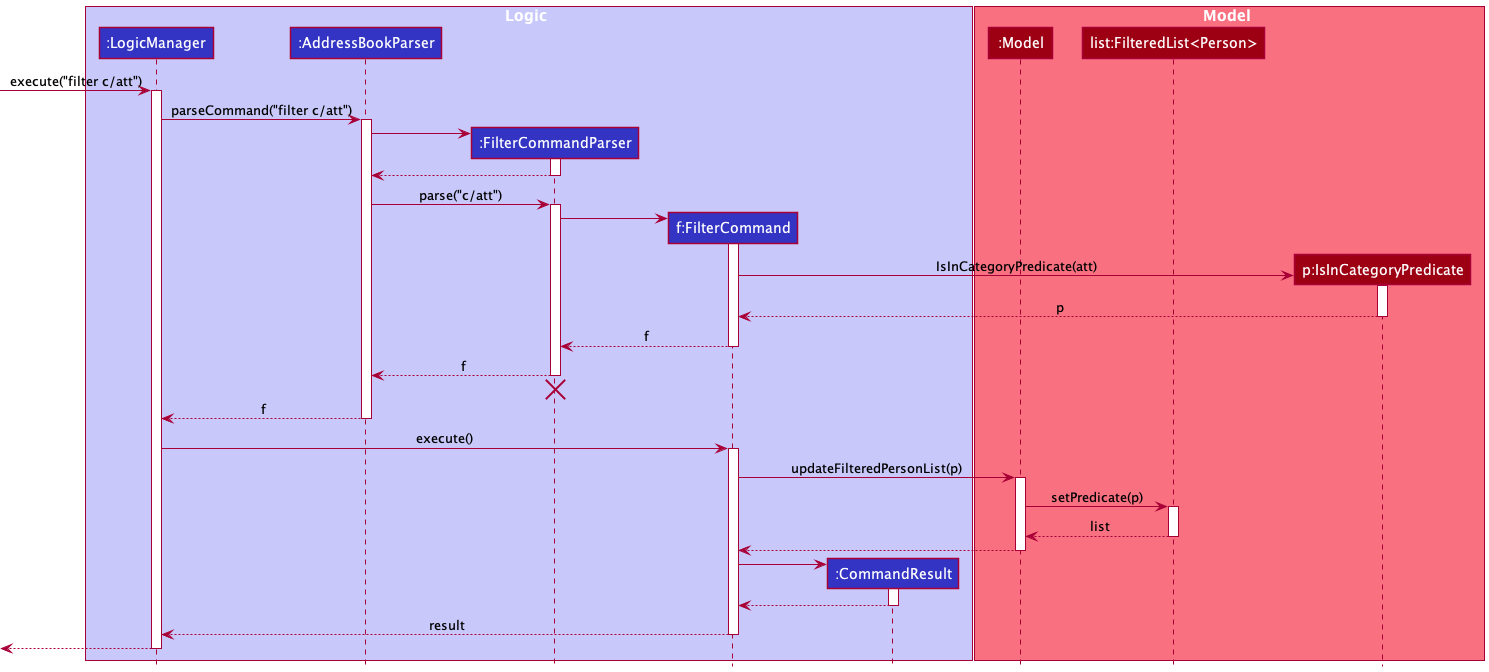
Earlier version of the PlantUML export docs/images/FilterSequenceDiagram.png (nus-cs2103-AY2122S1/tp).
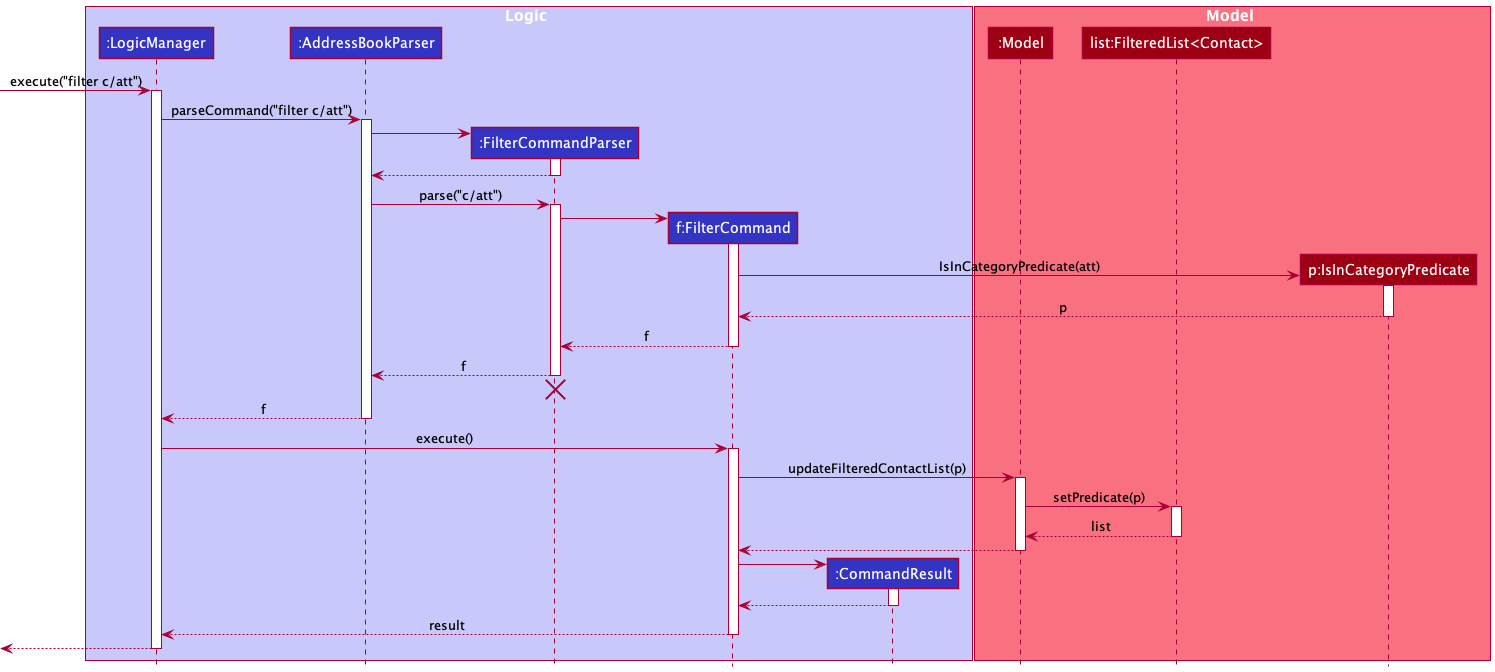
The same file after the commit.

What changed in the source:
```diff
@@ -11,7 +11,7 @@
 
 box Model MODEL_COLOR_T1
 participant ":Model" as Model MODEL_COLOR
-participant "list:FilteredList<Person>" as filteredPerson MODEL_COLOR
+participant "list:FilteredList<Contact>" as filteredContact MODEL_COLOR
 participant "p:IsInCategoryPredicate" as IsInCategoryPredicate MODEL_COLOR
 end box
 
@@ -56,14 +56,14 @@
 LogicManager -> FilterCommand : execute()
 activate FilterCommand
 
-FilterCommand -> Model : updateFilteredPersonList(p)
+FilterCommand -> Model : updateFilteredContactList(p)
 activate Model
 
-Model -> filteredPerson : setPredicate(p)
-activate filteredPerson
+Model -> filteredContact : setPredicate(p)
+activate filteredContact
 
-filteredPerson --> Model : list
-deactivate filteredPerson
+filteredContact --> Model : list
+deactivate filteredContact
 
 Model --> FilterCommand
 deactivate Model
```
